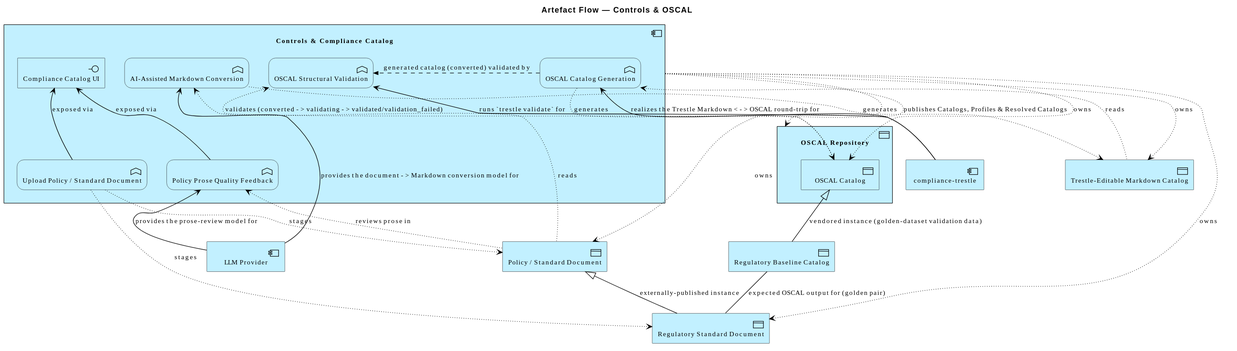
This is architecture/model/diagrams/application/artefact-oscal.svg from wolffy-au/frictionless-architect, a PlantUML export, as it was before one commit.
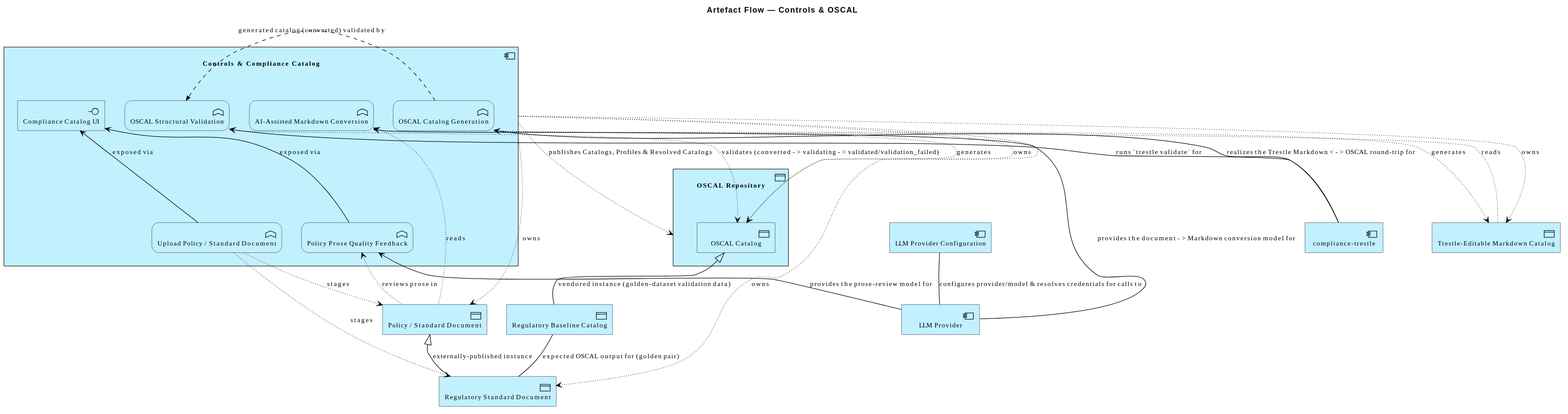
After the commit.

The edit, as a diff of the source:
```diff
@@ -11,6 +11,7 @@
   Application_Function(e_id8926bd09002459, "OSCAL Catalog Generation")
   Application_Function(e_id71815b3c9d365f, "OSCAL Structural Validation")
 }
+Application_Component(e_id305eddd7c8dc55, "LLM Provider Configuration")
 Application_DataObject(e_idb18c37abc9ff51, "OSCAL Repository") {
   Application_DataObject(e_idddf65887d53f57, "OSCAL Catalog")
 }
@@ -44,4 +45,5 @@
 Rel_Access_w(e_id7ce9f3c91f1f53, e_id0ecdf65c0ffd57, "generates")
 Rel_Access_r(e_id8926bd09002459, e_id0ecdf65c0ffd57, "reads")
 Rel_Access_w(e_id8926bd09002459, e_idddf65887d53f57, "generates")
+Rel_Association(e_id305eddd7c8dc55, e_id2610ae0cc2cc50, "configures provider/model & resolves credentials for calls to")
 @enduml
```
